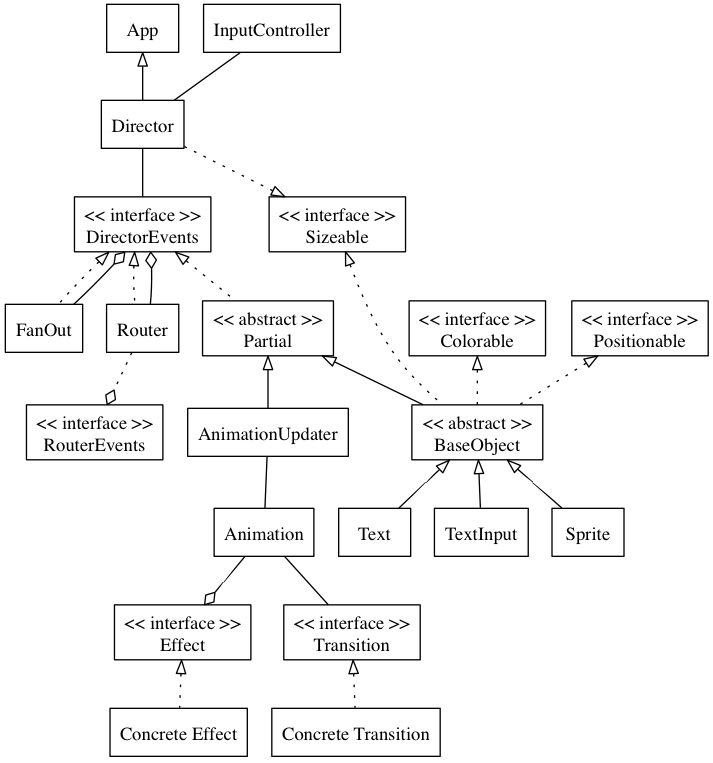
Earlier version of the Graphviz export docs/class_diagram.png (michaelcontento/bono). Its source is kept beside it as docs/class_diagram.dot.
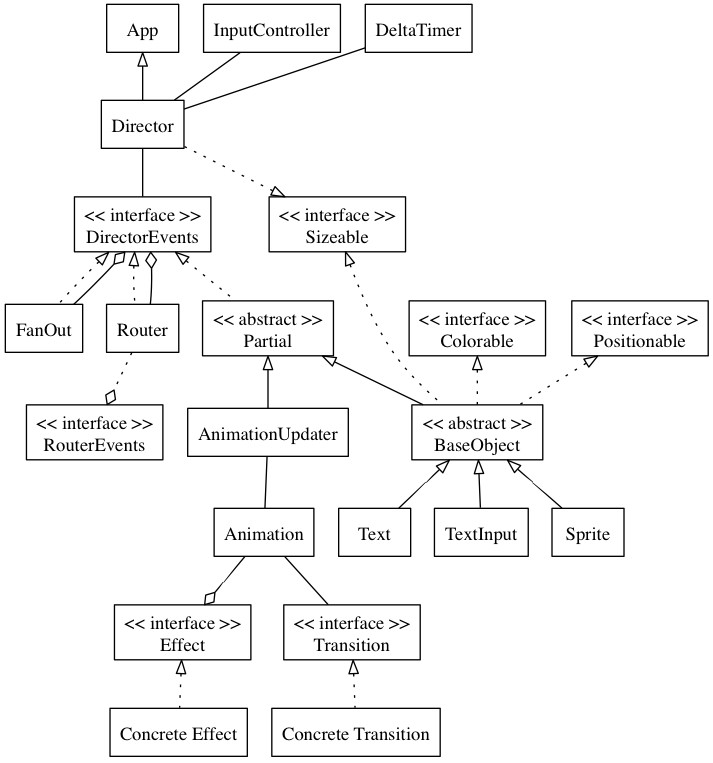
Later version of the same file.

Commit message:
Add DeltaTimer to the class diagramm

What changed in the source:
```diff
@@ -23,6 +23,7 @@
         edge [arrowhead=none]
         Director -> DirectorEvents [weight=8]
         Director -> InputController [constraint=false]
+        Director -> DeltaTimer [constraint=false]
         Animation -> Transition
         AnimationUpdater -> Animation
     }
```
